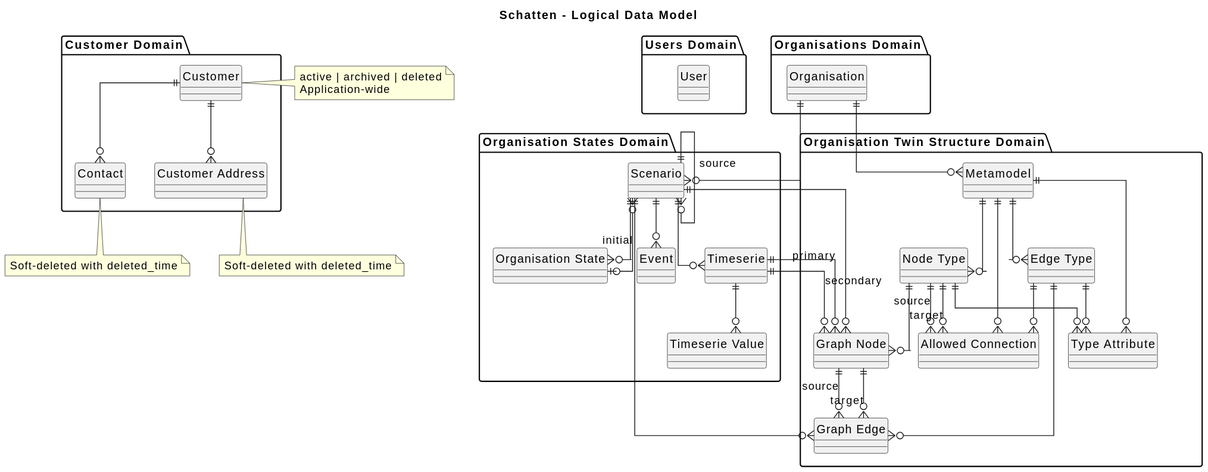
The PlantUML diagram docs/diagrams/generated/data-logical-model.svg in lupaus-eu/shadow, before a commit. Source of this version:
```plantuml
@startuml
title Schatten - Logical Data Model

hide circle
skinparam linetype ortho
skinparam classAttributeIconSize 0

package "Users Domain" {
  entity "User" as user
}

package "Organisations Domain" {
  entity "Organisation" as organisation
}

package "Organisation States Domain" {
  entity "Scenario" as scenario
  entity "Organisation State" as organisation_state
  entity "Event" as event
  entity "Timeserie" as timeserie
  entity "Timeserie Value" as timeserie_value
}

package "Organisation Twin Structure Domain" {
  entity "Metamodel" as metamodel
  entity "Node Type" as node_type
  entity "Edge Type" as edge_type
  entity "Type Attribute" as type_attribute
  entity "Allowed Connection" as allowed_connection
  entity "Graph Node" as graph_node
  entity "Graph Edge" as graph_edge
}

package "Customer Domain" {
  entity "Customer" as customer
  entity "Contact" as contact
  entity "Customer Address" as customer_address
}

organisation ||--o{ scenario
organisation ||--o{ metamodel
scenario ||--o{ organisation_state
scenario ||--o{ event
scenario ||--o{ timeserie
scenario ||--o{ scenario : source
scenario }o--o| organisation_state : initial
metamodel ||--o{ node_type
metamodel ||--o{ edge_type
metamodel ||--o{ type_attribute
metamodel ||--o{ allowed_connection
node_type ||--o{ type_attribute
edge_type ||--o{ type_attribute
edge_type ||--o{ allowed_connection
node_type ||--o{ allowed_connection : source
node_type ||--o{ allowed_connection : target
scenario ||--o{ graph_node
scenario ||--o{ graph_edge
node_type ||--o{ graph_node
edge_type ||--o{ graph_edge
graph_node ||--o{ graph_edge : source
graph_node ||--o{ graph_edge : target
timeserie ||--o{ timeserie_value
timeserie ||--o{ graph_node : primary
timeserie ||--o{ graph_node : secondary
customer ||--o{ contact
customer ||--o{ customer_address

note right of customer
  active | archived | deleted
  Application-wide
end note

note bottom of contact
  Soft-deleted with deleted_time
end note

note bottom of customer_address
  Soft-deleted with deleted_time
end note
@enduml
```
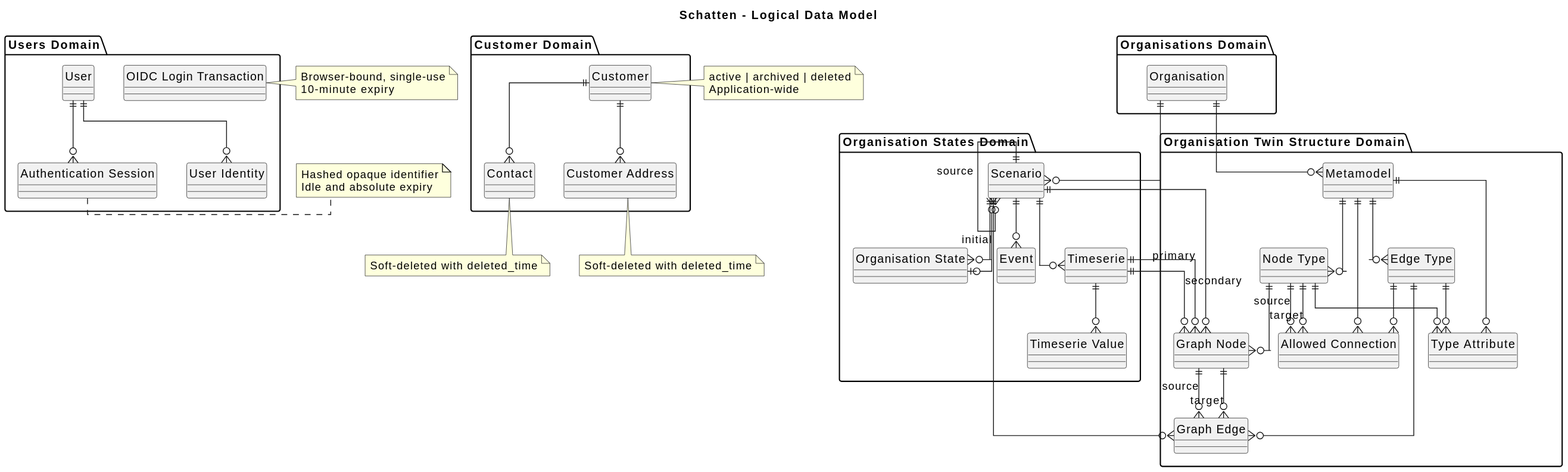
After the commit.

The edit, as a diff of the source:
```diff
@@ -7,6 +7,9 @@
 
 package "Users Domain" {
   entity "User" as user
+  entity "User Identity" as user_identity
+  entity "OIDC Login Transaction" as oidc_login_transaction
+  entity "Authentication Session" as auth_session
 }
 
 package "Organisations Domain" {
@@ -64,6 +67,18 @@
 timeserie ||--o{ graph_node : secondary
 customer ||--o{ contact
 customer ||--o{ customer_address
+user ||--o{ user_identity
+user ||--o{ auth_session
+
+note right of oidc_login_transaction
+  Browser-bound, single-use
+  10-minute expiry
+end note
+
+note right of auth_session
+  Hashed opaque identifier
+  Idle and absolute expiry
+end note
 
 note right of customer
   active | archived | deleted
```
